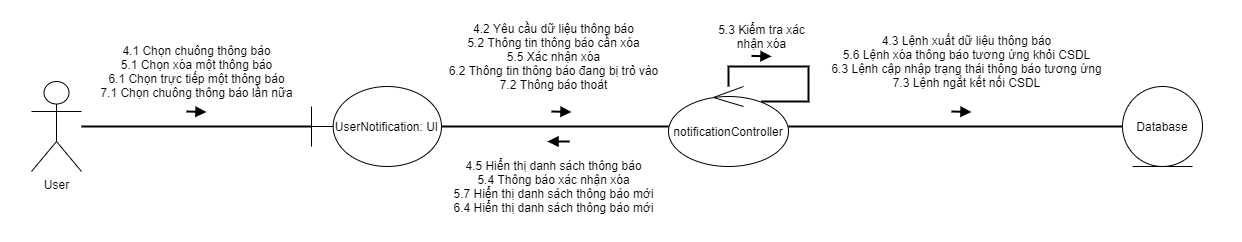
Merevoli-DatLuu/To-Do-App keeps this draw.io diagram as ToDoApp-Doc/Document/Diagram/Collaboration Diagram/UserNotificationManagement/CollaborationDiagram_UserNotificationManagement.png. Above is the earlier version. Source tidied: cells renumbered, new cells last; positions are measured from the earlier drawing's top-left corner, leaving out a move shared by most shapes. The source it was exported from:
```xml
<mxGraphModel>
  <root>
    <mxCell id="0" />
    <mxCell id="1" parent="0" />
    <mxCell id="2" style="rounded=0;whiteSpace=wrap;html=1;strokeWidth=2;strokeColor=none;" parent="1" vertex="1">
      <mxGeometry width="1240" height="240" as="geometry" />
    </mxCell>
    <mxCell id="3" style="endArrow=none;html=1;startArrow=block;startFill=1;endFill=0;strokeWidth=2;rounded=0;" parent="1" edge="1">
      <mxGeometry relative="1" as="geometry">
        <mxPoint x="205" y="110.5" as="sourcePoint" />
        <mxPoint x="185" y="110" as="targetPoint" />
      </mxGeometry>
    </mxCell>
    <mxCell id="4" value="User" style="shape=umlActor;verticalLabelPosition=bottom;verticalAlign=top;html=1;" parent="1" vertex="1">
      <mxGeometry x="30" y="80" width="50" height="90" as="geometry" />
    </mxCell>
    <mxCell id="5" style="edgeStyle=orthogonalEdgeStyle;rounded=0;jettySize=auto;html=1;startArrow=none;startFill=0;endArrow=none;endFill=0;strokeWidth=2;" parent="1" edge="1" source="6" target="9">
      <mxGeometry relative="1" as="geometry" />
    </mxCell>
    <mxCell id="6" value="UserNotification: UI" style="shape=umlBoundary;whiteSpace=wrap;html=1;" parent="1" vertex="1">
      <mxGeometry x="310" y="85" width="130" height="80" as="geometry" />
    </mxCell>
    <mxCell id="7" value="Database" style="ellipse;shape=umlEntity;whiteSpace=wrap;html=1;" parent="1" vertex="1">
      <mxGeometry x="1121" y="85" width="80" height="80" as="geometry" />
    </mxCell>
    <mxCell id="8" style="edgeStyle=orthogonalEdgeStyle;rounded=0;jettySize=auto;html=1;startArrow=none;startFill=0;endArrow=none;endFill=0;strokeWidth=2;" parent="1" edge="1" source="9" target="7">
      <mxGeometry relative="1" as="geometry" />
    </mxCell>
    <mxCell id="9" value="notificationController" style="ellipse;shape=umlControl;whiteSpace=wrap;html=1;" parent="1" vertex="1">
      <mxGeometry x="667" y="85" width="120" height="80" as="geometry" />
    </mxCell>
    <mxCell id="10" style="line;strokeWidth=2;fillColor=none;align=left;verticalAlign=middle;spacingTop=-1;spacingLeft=3;spacingRight=3;labelPosition=right;" parent="1" vertex="1">
      <mxGeometry x="80" y="121" width="230" height="8" as="geometry" />
    </mxCell>
    <mxCell id="11" style="endArrow=none;html=1;startArrow=block;startFill=1;endFill=0;strokeWidth=2;rounded=0;" parent="1" edge="1">
      <mxGeometry relative="1" as="geometry">
        <mxPoint x="570" y="110.5" as="sourcePoint" />
        <mxPoint x="550" y="110" as="targetPoint" />
      </mxGeometry>
    </mxCell>
    <mxCell id="12" value="4.1 Chọn chuông thông báo&lt;br&gt;5.1 Chọn xóa một thông báo&lt;br&gt;6.1 Chọn trực tiếp một thông báo&lt;br&gt;7.1 Chọn chuông thông báo lần nữa" style="text;html=1;align=center;verticalAlign=middle;" parent="1" vertex="1">
      <mxGeometry x="90" y="40" width="210" height="60" as="geometry" />
    </mxCell>
    <mxCell id="13" value="4.2 Yêu cầu dữ liệu thông báo&lt;br&gt;5.2 Thông tin thông báo cần xóa&lt;br&gt;5.5 Xác nhận xóa&lt;br&gt;6.2 Thông tin thông báo đang bị trỏ vào&lt;br&gt;7.2 Thông báo thoát" style="text;html=1;align=center;verticalAlign=middle;" parent="1" vertex="1">
      <mxGeometry x="437" y="20" width="230" height="70" as="geometry" />
    </mxCell>
    <mxCell id="14" style="endArrow=none;html=1;startArrow=block;startFill=1;endFill=0;strokeWidth=2;rounded=0;" parent="1" edge="1">
      <mxGeometry relative="1" as="geometry">
        <mxPoint x="970" y="110.5" as="sourcePoint" />
        <mxPoint x="950" y="110" as="targetPoint" />
      </mxGeometry>
    </mxCell>
    <mxCell id="15" value="4.3 Lệnh xuất dữ liệu thông báo&lt;br&gt;5.6 Lệnh xóa thông báo tương ứng khỏi CSDL&lt;br&gt;6.3 Lệnh cập nhập trạng thái thông báo tương ứng&lt;br&gt;7.3 Lệnh ngắt kết nối CSDL" style="text;html=1;align=center;verticalAlign=middle;" parent="1" vertex="1">
      <mxGeometry x="820" y="30" width="290" height="60" as="geometry" />
    </mxCell>
    <mxCell id="16" style="edgeStyle=orthogonalEdgeStyle;rounded=0;orthogonalLoop=1;jettySize=auto;html=1;entryX=0.775;entryY=0.188;entryDx=0;entryDy=0;entryPerimeter=0;startArrow=none;startFill=0;endArrow=none;endFill=0;strokeWidth=2;" parent="1" edge="1" source="9" target="9">
      <mxGeometry relative="1" as="geometry">
        <Array as="points">
          <mxPoint x="727" y="65" />
          <mxPoint x="807" y="65" />
          <mxPoint x="807" y="100" />
        </Array>
      </mxGeometry>
    </mxCell>
    <mxCell id="17" value="5.3 Kiểm tra xác&lt;br&gt;nhận xóa" style="text;html=1;align=center;verticalAlign=middle;" parent="1" vertex="1">
      <mxGeometry x="710" y="20" width="100" height="30" as="geometry" />
    </mxCell>
    <mxCell id="18" style="endArrow=none;html=1;startArrow=block;startFill=1;endFill=0;strokeWidth=2;rounded=0;" parent="1" edge="1">
      <mxGeometry relative="1" as="geometry">
        <mxPoint x="546" y="140" as="sourcePoint" />
        <mxPoint x="568" y="140" as="targetPoint" />
      </mxGeometry>
    </mxCell>
    <mxCell id="19" value="4.5 Hiển thị danh sách thông báo&lt;br&gt;5.4 Thông báo xác nhận xóa&lt;br&gt;5.7 Hiển thị danh sách thông báo mới&lt;br&gt;6.4 Hiển thị danh sách thông báo mới" style="text;html=1;align=center;verticalAlign=middle;" parent="1" vertex="1">
      <mxGeometry x="442" y="155" width="220" height="60" as="geometry" />
    </mxCell>
    <mxCell id="20" style="endArrow=none;html=1;startArrow=block;startFill=1;endFill=0;strokeWidth=2;rounded=0;" parent="1" edge="1">
      <mxGeometry relative="1" as="geometry">
        <mxPoint x="770" y="54.9" as="sourcePoint" />
        <mxPoint x="750" y="54.4" as="targetPoint" />
      </mxGeometry>
    </mxCell>
  </root>
</mxGraphModel>
```
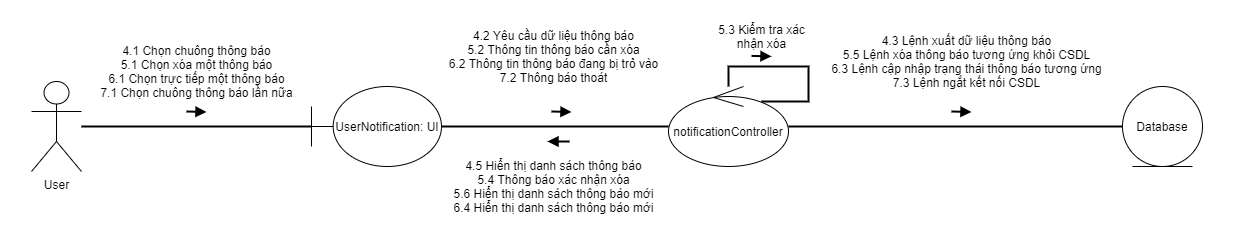
After the change.

Commit message:
[TODO-53]-[Modified]: UserNotificationManagement Collab Diagram

What changed in the source:
```diff
@@ -41,8 +41,8 @@
     <mxCell id="12" value="4.1 Chọn chuông thông báo&lt;br&gt;5.1 Chọn xóa một thông báo&lt;br&gt;6.1 Chọn trực tiếp một thông báo&lt;br&gt;7.1 Chọn chuông thông báo lần nữa" style="text;html=1;align=center;verticalAlign=middle;" parent="1" vertex="1">
       <mxGeometry x="90" y="40" width="210" height="60" as="geometry" />
     </mxCell>
-    <mxCell id="13" value="4.2 Yêu cầu dữ liệu thông báo&lt;br&gt;5.2 Thông tin thông báo cần xóa&lt;br&gt;5.5 Xác nhận xóa&lt;br&gt;6.2 Thông tin thông báo đang bị trỏ vào&lt;br&gt;7.2 Thông báo thoát" style="text;html=1;align=center;verticalAlign=middle;" parent="1" vertex="1">
-      <mxGeometry x="437" y="20" width="230" height="70" as="geometry" />
+    <mxCell id="13" value="4.2 Yêu cầu dữ liệu thông báo&lt;br&gt;5.2 Thông tin thông báo cần xóa&lt;br&gt;6.2 Thông tin thông báo đang bị trỏ vào&lt;br&gt;7.2 Thông báo thoát" style="text;html=1;align=center;verticalAlign=middle;" parent="1" vertex="1">
+      <mxGeometry x="437" y="25" width="230" height="60" as="geometry" />
     </mxCell>
     <mxCell id="14" style="endArrow=none;html=1;startArrow=block;startFill=1;endFill=0;strokeWidth=2;rounded=0;" parent="1" edge="1">
       <mxGeometry relative="1" as="geometry">
@@ -50,7 +50,7 @@
         <mxPoint x="950" y="110" as="targetPoint" />
       </mxGeometry>
     </mxCell>
-    <mxCell id="15" value="4.3 Lệnh xuất dữ liệu thông báo&lt;br&gt;5.6 Lệnh xóa thông báo tương ứng khỏi CSDL&lt;br&gt;6.3 Lệnh cập nhập trạng thái thông báo tương ứng&lt;br&gt;7.3 Lệnh ngắt kết nối CSDL" style="text;html=1;align=center;verticalAlign=middle;" parent="1" vertex="1">
+    <mxCell id="15" value="4.3 Lệnh xuất dữ liệu thông báo&lt;br&gt;5.5 Lệnh xóa thông báo tương ứng khỏi CSDL&lt;br&gt;6.3 Lệnh cập nhập trạng thái thông báo tương ứng&lt;br&gt;7.3 Lệnh ngắt kết nối CSDL" style="text;html=1;align=center;verticalAlign=middle;" parent="1" vertex="1">
       <mxGeometry x="820" y="30" width="290" height="60" as="geometry" />
     </mxCell>
     <mxCell id="16" style="edgeStyle=orthogonalEdgeStyle;rounded=0;orthogonalLoop=1;jettySize=auto;html=1;entryX=0.775;entryY=0.188;entryDx=0;entryDy=0;entryPerimeter=0;startArrow=none;startFill=0;endArrow=none;endFill=0;strokeWidth=2;" parent="1" edge="1" source="9" target="9">
@@ -71,7 +71,7 @@
         <mxPoint x="568" y="140" as="targetPoint" />
       </mxGeometry>
     </mxCell>
-    <mxCell id="19" value="4.5 Hiển thị danh sách thông báo&lt;br&gt;5.4 Thông báo xác nhận xóa&lt;br&gt;5.7 Hiển thị danh sách thông báo mới&lt;br&gt;6.4 Hiển thị danh sách thông báo mới" style="text;html=1;align=center;verticalAlign=middle;" parent="1" vertex="1">
+    <mxCell id="19" value="4.5 Hiển thị danh sách thông báo&lt;br&gt;5.4 Thông báo xác nhận xóa&lt;br&gt;5.6 Hiển thị danh sách thông báo mới&lt;br&gt;6.4 Hiển thị danh sách thông báo mới" style="text;html=1;align=center;verticalAlign=middle;" parent="1" vertex="1">
       <mxGeometry x="442" y="155" width="220" height="60" as="geometry" />
     </mxCell>
     <mxCell id="20" style="endArrow=none;html=1;startArrow=block;startFill=1;endFill=0;strokeWidth=2;rounded=0;" parent="1" edge="1">
```
